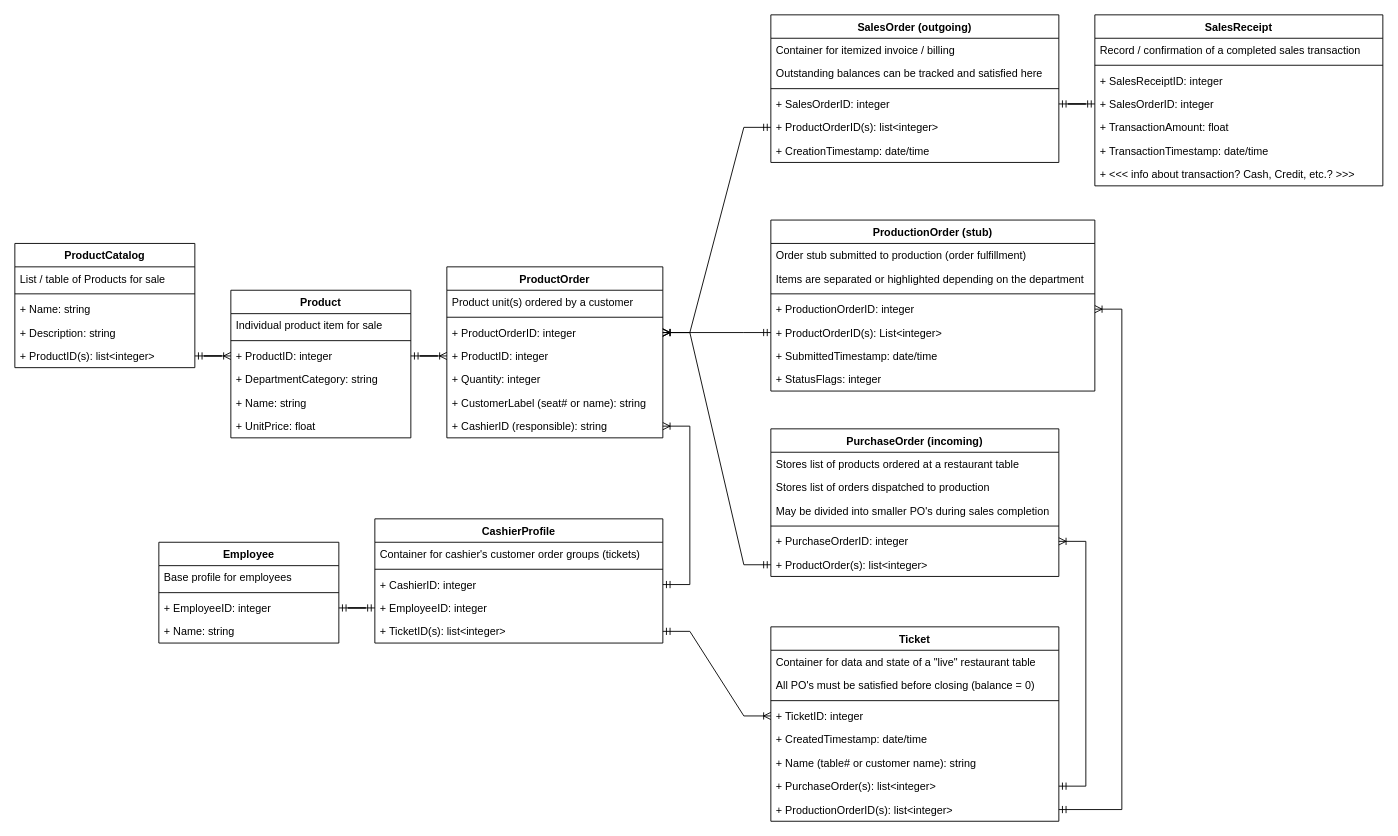
Earlier version of the draw.io diagram page "sales-schema" (4 of 5) of Documentation/pos-diagrams.drawio (eric-hall/CSC340-GroupProject). Source tidied: cells renumbered, new cells numbered last; positions are measured from the earlier drawing's top-left corner, leaving out a move shared by most shapes. Both pictures are drawn from the tidied source at 90%, with x=0, y=0 at pixel (14, 14).
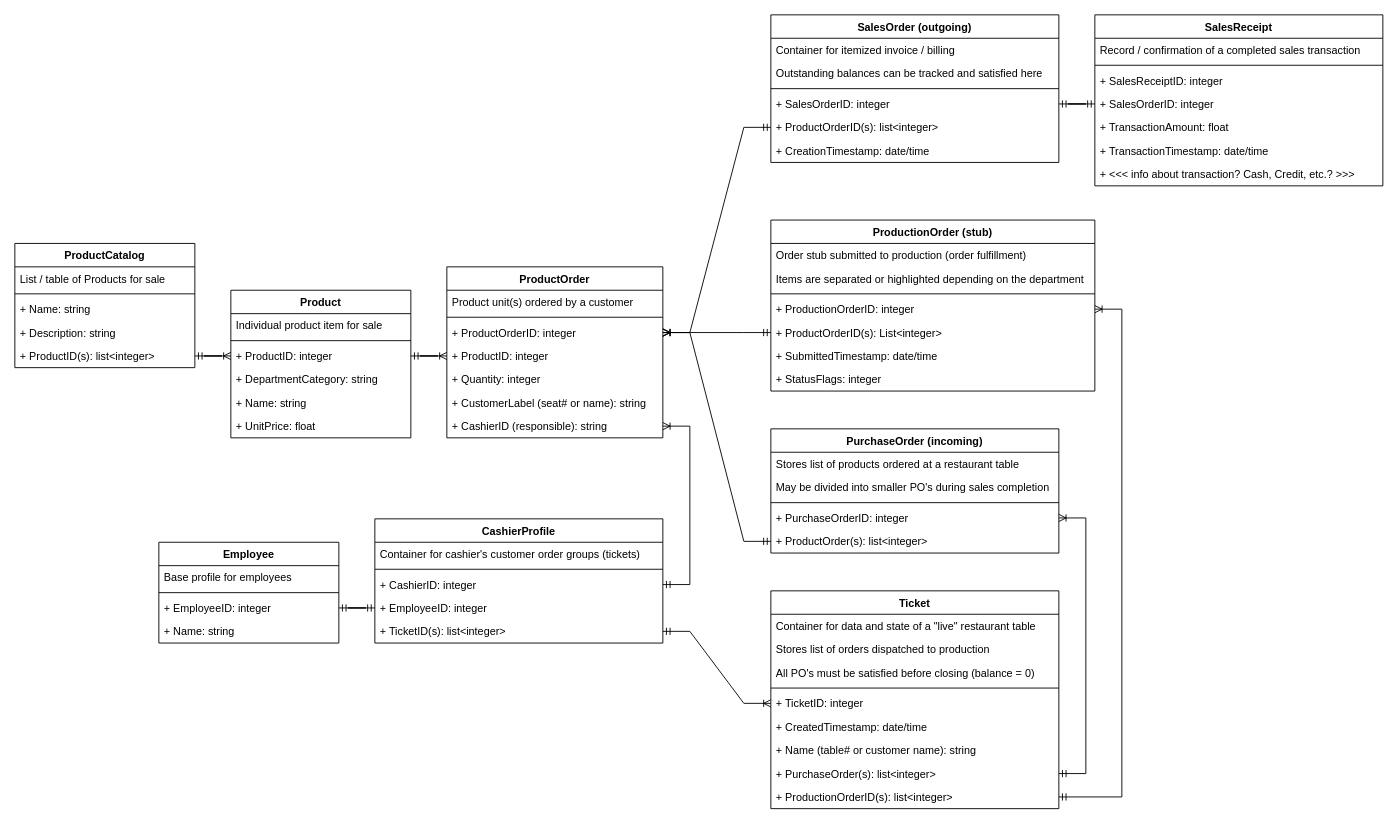
Above is the later version.

The edit, as a diff of the source:
```diff
@@
     <mxCell id="49" value="PurchaseOrder (incoming)" style="swimlane;fontStyle=1;align=center;verticalAlign=top;horizontal=1;startSize=26;" parent="1" vertex="1">
-      <mxGeometry x="840" y="460" width="320" height="164" as="geometry" />
+      <mxGeometry x="840" y="460" width="320" height="138" as="geometry" />
     </mxCell>
@@
-    <mxCell id="51" value="Stores list of orders dispatched to production" style="text;strokeColor=none;fillColor=none;align=left;verticalAlign=top;spacingLeft=4;spacingRight=4;overflow=hidden;" parent="49" vertex="1">
-      <mxGeometry y="52" width="320" height="26" as="geometry" />
-    </mxCell>
     <mxCell id="52" value="May be divided into smaller PO's during sales completion" style="text;strokeColor=none;fillColor=none;align=left;verticalAlign=top;spacingLeft=4;spacingRight=4;overflow=hidden;" parent="49" vertex="1">
-      <mxGeometry y="78" width="320" height="26" as="geometry" />
+      <mxGeometry y="52" width="320" height="26" as="geometry" />
     </mxCell>
     <mxCell id="53" style="line;strokeWidth=1;fillColor=none;align=left;verticalAlign=middle;spacingTop=-1;spacingLeft=3;spacingRight=3;labelPosition=right;strokeColor=inherit;" parent="49" vertex="1">
-      <mxGeometry y="104" width="320" height="8" as="geometry" />
+      <mxGeometry y="78" width="320" height="8" as="geometry" />
     </mxCell>
     <mxCell id="54" value="+ PurchaseOrderID: integer" style="text;strokeColor=none;fillColor=none;align=left;verticalAlign=top;spacingLeft=4;spacingRight=4;overflow=hidden;points=[[0,0.5],[1,0.5]];portConstraint=eastwest;" parent="49" vertex="1">
-      <mxGeometry y="112" width="320" height="26" as="geometry" />
+      <mxGeometry y="86" width="320" height="26" as="geometry" />
     </mxCell>
     <mxCell id="55" value="+ ProductOrder(s): list&lt;integer&gt;" style="text;strokeColor=none;fillColor=none;align=left;verticalAlign=top;spacingLeft=4;spacingRight=4;overflow=hidden;points=[[0,0.5],[1,0.5]];portConstraint=eastwest;" parent="49" vertex="1">
-      <mxGeometry y="138" width="320" height="26" as="geometry" />
+      <mxGeometry y="112" width="320" height="26" as="geometry" />
     </mxCell>
@@
     <mxCell id="62" value="Ticket" style="swimlane;fontStyle=1;align=center;verticalAlign=top;horizontal=1;startSize=26;" parent="1" vertex="1">
-      <mxGeometry x="840" y="680" width="320" height="216" as="geometry" />
+      <mxGeometry x="840" y="640" width="320" height="242" as="geometry" />
     </mxCell>
@@
+    <mxCell id="51" value="Stores list of orders dispatched to production" style="text;strokeColor=none;fillColor=none;align=left;verticalAlign=top;spacingLeft=4;spacingRight=4;overflow=hidden;" parent="62" vertex="1">
+      <mxGeometry y="52" width="320" height="26" as="geometry" />
+    </mxCell>
     <mxCell id="64" value="All PO's must be satisfied before closing (balance = 0)" style="text;strokeColor=none;fillColor=none;align=left;verticalAlign=top;spacingLeft=4;spacingRight=4;overflow=hidden;" parent="62" vertex="1">
-      <mxGeometry y="52" width="320" height="26" as="geometry" />
+      <mxGeometry y="78" width="320" height="26" as="geometry" />
     </mxCell>
     <mxCell id="65" style="line;strokeWidth=1;fillColor=none;align=left;verticalAlign=middle;spacingTop=-1;spacingLeft=3;spacingRight=3;labelPosition=right;strokeColor=inherit;" parent="62" vertex="1">
-      <mxGeometry y="78" width="320" height="8" as="geometry" />
+      <mxGeometry y="104" width="320" height="8" as="geometry" />
     </mxCell>
     <mxCell id="66" value="+ TicketID: integer" style="text;strokeColor=none;fillColor=none;align=left;verticalAlign=top;spacingLeft=4;spacingRight=4;overflow=hidden;points=[[0,0.5],[1,0.5]];portConstraint=eastwest;" parent="62" vertex="1">
-      <mxGeometry y="86" width="320" height="26" as="geometry" />
+      <mxGeometry y="112" width="320" height="26" as="geometry" />
     </mxCell>
     <mxCell id="67" value="+ CreatedTimestamp: date/time" style="text;strokeColor=none;fillColor=none;align=left;verticalAlign=top;spacingLeft=4;spacingRight=4;overflow=hidden;" parent="62" vertex="1">
-      <mxGeometry y="112" width="320" height="26" as="geometry" />
+      <mxGeometry y="138" width="320" height="26" as="geometry" />
     </mxCell>
     <mxCell id="68" value="+ Name (table# or customer name): string" style="text;strokeColor=none;fillColor=none;align=left;verticalAlign=top;spacingLeft=4;spacingRight=4;overflow=hidden;" parent="62" vertex="1">
-      <mxGeometry y="138" width="320" height="26" as="geometry" />
+      <mxGeometry y="164" width="320" height="26" as="geometry" />
     </mxCell>
     <mxCell id="69" value="+ PurchaseOrder(s): list&lt;integer&gt;" style="text;strokeColor=none;fillColor=none;align=left;verticalAlign=top;spacingLeft=4;spacingRight=4;overflow=hidden;points=[[0,0.5],[1,0.5]];portConstraint=eastwest;" parent="62" vertex="1">
-      <mxGeometry y="164" width="320" height="26" as="geometry" />
+      <mxGeometry y="190" width="320" height="26" as="geometry" />
     </mxCell>
     <mxCell id="70" value="+ ProductionOrderID(s): list&lt;integer&gt;" style="text;strokeColor=none;fillColor=none;align=left;verticalAlign=top;spacingLeft=4;spacingRight=4;overflow=hidden;points=[[0,0.5],[1,0.5]];portConstraint=eastwest;" parent="62" vertex="1">
-      <mxGeometry y="190" width="320" height="26" as="geometry" />
+      <mxGeometry y="216" width="320" height="26" as="geometry" />
     </mxCell>
```
